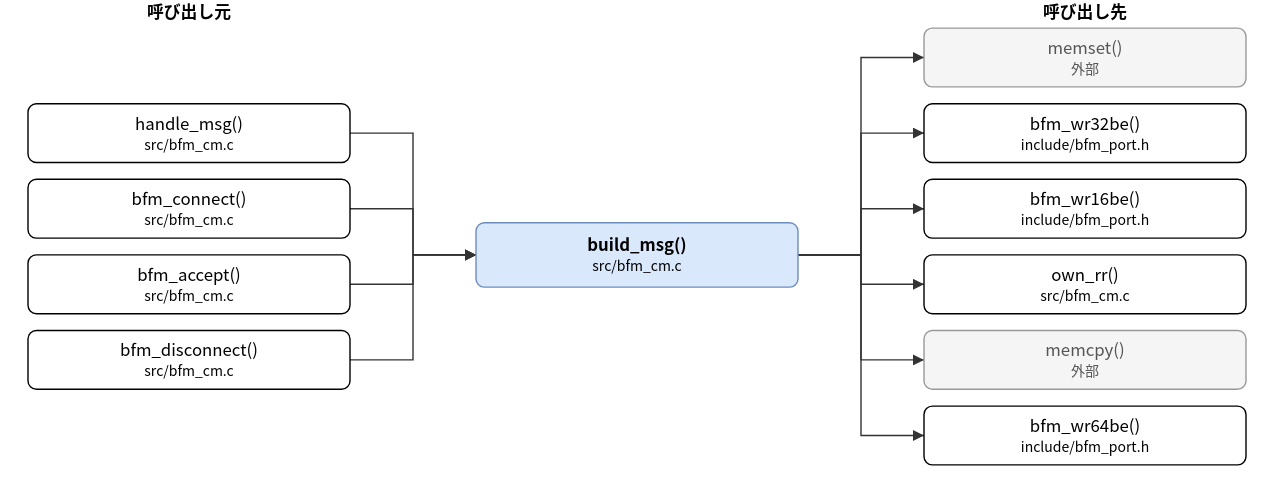
Earlier version of the draw.io export doc/spec/images/call_src_bfm_cm-build_msg.drawio.svg (hf355051012-ai/bfmem). Source tidied: cells renumbered, new cells last; positions are measured from the earlier drawing's top-left corner, leaving out a move shared by most shapes.
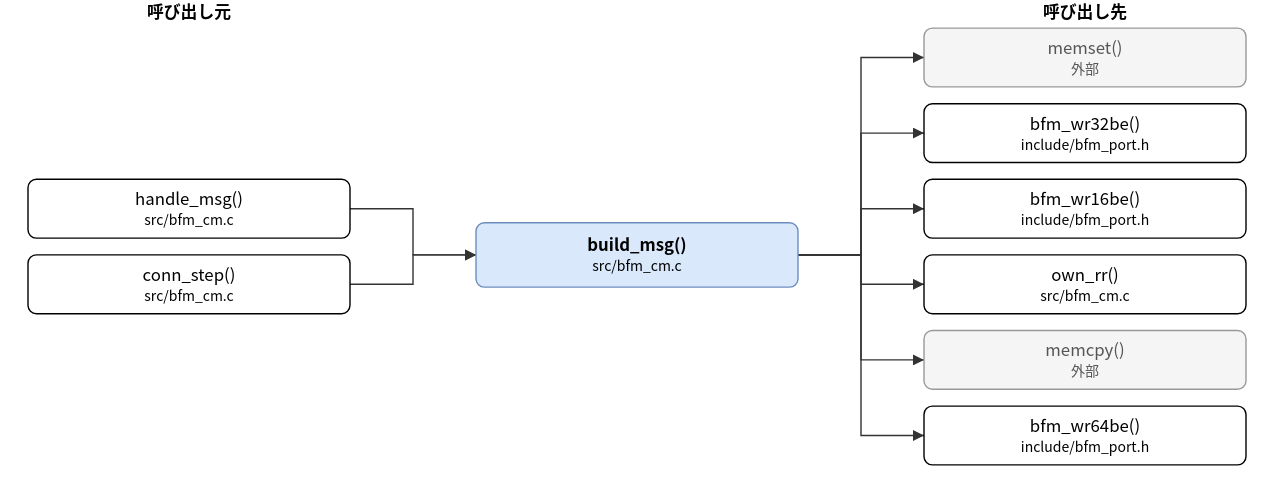
The same diagram one commit later.

Change to the diagram source:
```diff
@@ -6,17 +6,11 @@
       <mxGeometry x="320" y="159" width="230" height="46" as="geometry" />
     </mxCell>
     <mxCell id="3" value="handle_msg()&lt;br&gt;&lt;font style=&quot;font-size:10px&quot;&gt;src/bfm_cm.c&lt;/font&gt;" style="rounded=1;whiteSpace=wrap;html=1;" parent="1" vertex="1">
-      <mxGeometry y="74" width="230" height="42" as="geometry" />
+      <mxGeometry y="128" width="230" height="42" as="geometry" />
     </mxCell>
-    <mxCell id="4" value="bfm_connect()&lt;br&gt;&lt;font style=&quot;font-size:10px&quot;&gt;src/bfm_cm.c&lt;/font&gt;" style="rounded=1;whiteSpace=wrap;html=1;" parent="1" vertex="1">
-      <mxGeometry y="128" width="230" height="42" as="geometry" />
+    <mxCell id="4" value="conn_step()&lt;br&gt;&lt;font style=&quot;font-size:10px&quot;&gt;src/bfm_cm.c&lt;/font&gt;" style="rounded=1;whiteSpace=wrap;html=1;" parent="1" vertex="1">
+      <mxGeometry y="182" width="230" height="42" as="geometry" />
     </mxCell>
-    <mxCell id="5" value="bfm_accept()&lt;br&gt;&lt;font style=&quot;font-size:10px&quot;&gt;src/bfm_cm.c&lt;/font&gt;" style="rounded=1;whiteSpace=wrap;html=1;" parent="1" vertex="1">
-      <mxGeometry y="182" width="230" height="42" as="geometry" />
-    </mxCell>
-    <mxCell id="6" value="bfm_disconnect()&lt;br&gt;&lt;font style=&quot;font-size:10px&quot;&gt;src/bfm_cm.c&lt;/font&gt;" style="rounded=1;whiteSpace=wrap;html=1;" parent="1" vertex="1">
-      <mxGeometry y="236" width="230" height="42" as="geometry" />
-    </mxCell>
     <mxCell id="7" value="memset()&lt;br&gt;&lt;font style=&quot;font-size:10px&quot;&gt;外部&lt;/font&gt;" style="rounded=1;whiteSpace=wrap;html=1;fillColor=#f5f5f5;strokeColor=#999999;fontColor=#555555;" parent="1" vertex="1">
       <mxGeometry x="640" y="20" width="230" height="42" as="geometry" />
     </mxCell>
@@ -38,7 +32,7 @@
     <mxCell id="13" style="edgeStyle=none;html=1;rounded=0;endArrow=block;endFill=1;exitX=1.0000;exitY=0.5000;exitDx=0;exitDy=0;exitPerimeter=0;entryX=0.0000;entryY=0.5000;entryDx=0;entryDy=0;entryPerimeter=0;" parent="1" edge="1" source="3" target="2">
       <mxGeometry relative="1" as="geometry">
         <Array as="points">
-          <mxPoint x="275" y="95" />
+          <mxPoint x="275" y="149" />
           <mxPoint x="275" y="182" />
         </Array>
       </mxGeometry>
@@ -46,75 +40,59 @@
     <mxCell id="14" style="edgeStyle=none;html=1;rounded=0;endArrow=block;endFill=1;exitX=1.0000;exitY=0.5000;exitDx=0;exitDy=0;exitPerimeter=0;entryX=0.0000;entryY=0.5000;entryDx=0;entryDy=0;entryPerimeter=0;" parent="1" edge="1" source="4" target="2">
       <mxGeometry relative="1" as="geometry">
         <Array as="points">
-          <mxPoint x="275" y="149" />
+          <mxPoint x="275" y="203" />
           <mxPoint x="275" y="182" />
         </Array>
       </mxGeometry>
     </mxCell>
-    <mxCell id="15" style="edgeStyle=none;html=1;rounded=0;endArrow=block;endFill=1;exitX=1.0000;exitY=0.5000;exitDx=0;exitDy=0;exitPerimeter=0;entryX=0.0000;entryY=0.5000;entryDx=0;entryDy=0;entryPerimeter=0;" parent="1" edge="1" source="5" target="2">
+    <mxCell id="15" style="edgeStyle=none;html=1;rounded=0;endArrow=block;endFill=1;exitX=1.0000;exitY=0.5000;exitDx=0;exitDy=0;exitPerimeter=0;entryX=0.0000;entryY=0.5000;entryDx=0;entryDy=0;entryPerimeter=0;" parent="1" edge="1" source="2" target="7">
       <mxGeometry relative="1" as="geometry">
         <Array as="points">
-          <mxPoint x="275" y="203" />
-          <mxPoint x="275" y="182" />
+          <mxPoint x="595" y="182" />
+          <mxPoint x="595" y="41" />
         </Array>
       </mxGeometry>
     </mxCell>
-    <mxCell id="16" style="edgeStyle=none;html=1;rounded=0;endArrow=block;endFill=1;exitX=1.0000;exitY=0.5000;exitDx=0;exitDy=0;exitPerimeter=0;entryX=0.0000;entryY=0.5000;entryDx=0;entryDy=0;entryPerimeter=0;" parent="1" edge="1" source="6" target="2">
+    <mxCell id="16" style="edgeStyle=none;html=1;rounded=0;endArrow=block;endFill=1;exitX=1.0000;exitY=0.5000;exitDx=0;exitDy=0;exitPerimeter=0;entryX=0.0000;entryY=0.5000;entryDx=0;entryDy=0;entryPerimeter=0;" parent="1" edge="1" source="2" target="8">
       <mxGeometry relative="1" as="geometry">
         <Array as="points">
-          <mxPoint x="275" y="257" />
-          <mxPoint x="275" y="182" />
+          <mxPoint x="595" y="182" />
+          <mxPoint x="595" y="95" />
         </Array>
       </mxGeometry>
     </mxCell>
-    <mxCell id="17" style="edgeStyle=none;html=1;rounded=0;endArrow=block;endFill=1;exitX=1.0000;exitY=0.5000;exitDx=0;exitDy=0;exitPerimeter=0;entryX=0.0000;entryY=0.5000;entryDx=0;entryDy=0;entryPerimeter=0;" parent="1" edge="1" source="2" target="7">
+    <mxCell id="17" style="edgeStyle=none;html=1;rounded=0;endArrow=block;endFill=1;exitX=1.0000;exitY=0.5000;exitDx=0;exitDy=0;exitPerimeter=0;entryX=0.0000;entryY=0.5000;entryDx=0;entryDy=0;entryPerimeter=0;" parent="1" edge="1" source="2" target="9">
       <mxGeometry relative="1" as="geometry">
         <Array as="points">
           <mxPoint x="595" y="182" />
-          <mxPoint x="595" y="41" />
+          <mxPoint x="595" y="149" />
         </Array>
       </mxGeometry>
     </mxCell>
-    <mxCell id="18" style="edgeStyle=none;html=1;rounded=0;endArrow=block;endFill=1;exitX=1.0000;exitY=0.5000;exitDx=0;exitDy=0;exitPerimeter=0;entryX=0.0000;entryY=0.5000;entryDx=0;entryDy=0;entryPerimeter=0;" parent="1" edge="1" source="2" target="8">
+    <mxCell id="18" style="edgeStyle=none;html=1;rounded=0;endArrow=block;endFill=1;exitX=1.0000;exitY=0.5000;exitDx=0;exitDy=0;exitPerimeter=0;entryX=0.0000;entryY=0.5000;entryDx=0;entryDy=0;entryPerimeter=0;" parent="1" edge="1" source="2" target="10">
       <mxGeometry relative="1" as="geometry">
         <Array as="points">
           <mxPoint x="595" y="182" />
-          <mxPoint x="595" y="95" />
+          <mxPoint x="595" y="203" />
         </Array>
       </mxGeometry>
     </mxCell>
-    <mxCell id="19" style="edgeStyle=none;html=1;rounded=0;endArrow=block;endFill=1;exitX=1.0000;exitY=0.5000;exitDx=0;exitDy=0;exitPerimeter=0;entryX=0.0000;entryY=0.5000;entryDx=0;entryDy=0;entryPerimeter=0;" parent="1" edge="1" source="2" target="9">
+    <mxCell id="19" style="edgeStyle=none;html=1;rounded=0;endArrow=block;endFill=1;exitX=1.0000;exitY=0.5000;exitDx=0;exitDy=0;exitPerimeter=0;entryX=0.0000;entryY=0.5000;entryDx=0;entryDy=0;entryPerimeter=0;" parent="1" edge="1" source="2" target="11">
       <mxGeometry relative="1" as="geometry">
         <Array as="points">
           <mxPoint x="595" y="182" />
-          <mxPoint x="595" y="149" />
+          <mxPoint x="595" y="257" />
         </Array>
       </mxGeometry>
     </mxCell>
-    <mxCell id="20" style="edgeStyle=none;html=1;rounded=0;endArrow=block;endFill=1;exitX=1.0000;exitY=0.5000;exitDx=0;exitDy=0;exitPerimeter=0;entryX=0.0000;entryY=0.5000;entryDx=0;entryDy=0;entryPerimeter=0;" parent="1" edge="1" source="2" target="10">
+    <mxCell id="20" style="edgeStyle=none;html=1;rounded=0;endArrow=block;endFill=1;exitX=1.0000;exitY=0.5000;exitDx=0;exitDy=0;exitPerimeter=0;entryX=0.0000;entryY=0.5000;entryDx=0;entryDy=0;entryPerimeter=0;" parent="1" edge="1" source="2" target="12">
       <mxGeometry relative="1" as="geometry">
         <Array as="points">
           <mxPoint x="595" y="182" />
-          <mxPoint x="595" y="203" />
+          <mxPoint x="595" y="311" />
         </Array>
       </mxGeometry>
     </mxCell>
-    <mxCell id="21" style="edgeStyle=none;html=1;rounded=0;endArrow=block;endFill=1;exitX=1.0000;exitY=0.5000;exitDx=0;exitDy=0;exitPerimeter=0;entryX=0.0000;entryY=0.5000;entryDx=0;entryDy=0;entryPerimeter=0;" parent="1" edge="1" source="2" target="11">
-      <mxGeometry relative="1" as="geometry">
-        <Array as="points">
-          <mxPoint x="595" y="182" />
-          <mxPoint x="595" y="257" />
-        </Array>
-      </mxGeometry>
-    </mxCell>
-    <mxCell id="22" style="edgeStyle=none;html=1;rounded=0;endArrow=block;endFill=1;exitX=1.0000;exitY=0.5000;exitDx=0;exitDy=0;exitPerimeter=0;entryX=0.0000;entryY=0.5000;entryDx=0;entryDy=0;entryPerimeter=0;" parent="1" edge="1" source="2" target="12">
-      <mxGeometry relative="1" as="geometry">
-        <Array as="points">
-          <mxPoint x="595" y="182" />
-          <mxPoint x="595" y="311" />
-        </Array>
-      </mxGeometry>
-    </mxCell>
     <mxCell id="23" value="呼び出し元" style="text;html=1;align=center;fontStyle=1;" parent="1" vertex="1">
       <mxGeometry x="35" width="160" height="18" as="geometry" />
     </mxCell>
```
